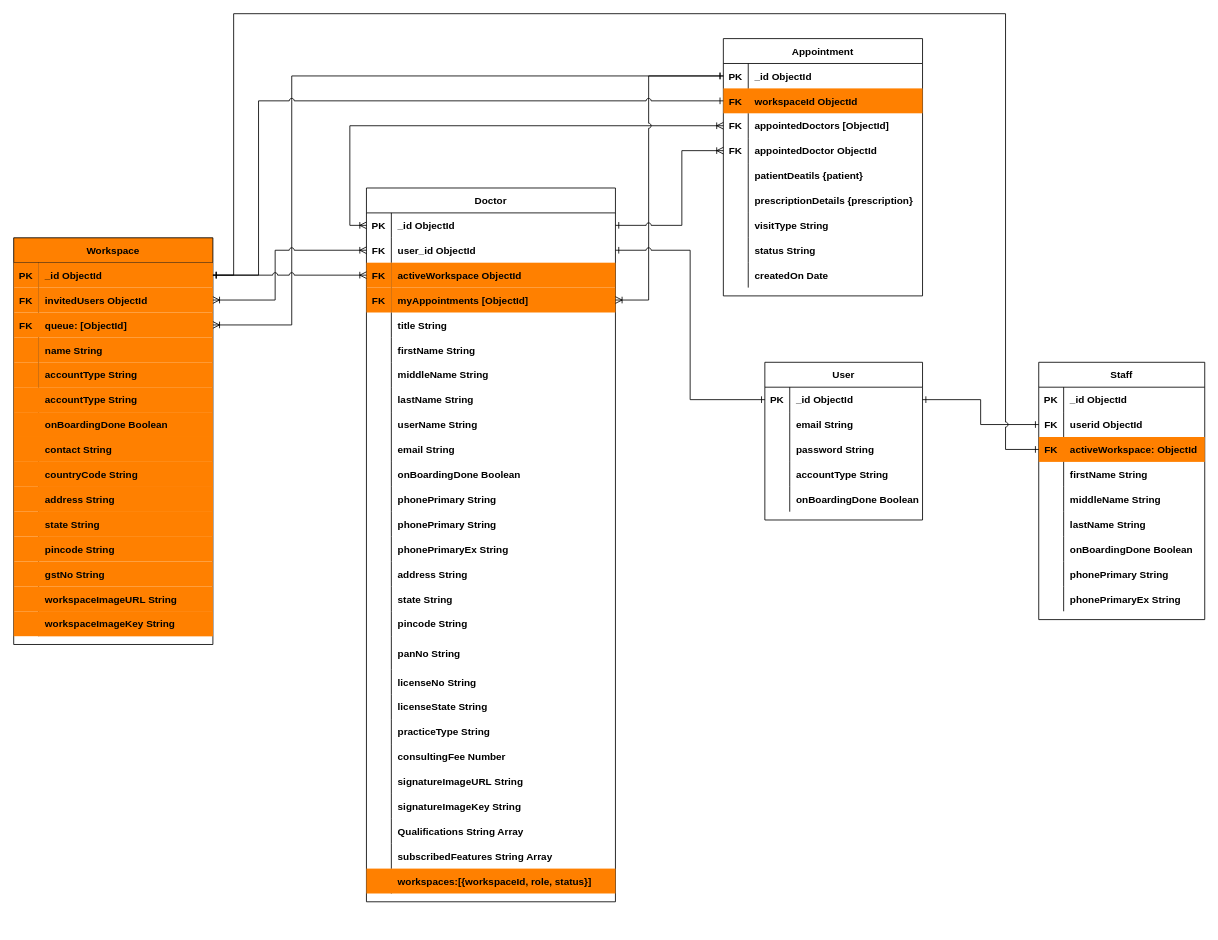
Earlier version of the draw.io diagram Untitled Diagram.drawio (shreyshreyansh/cv-initial). Source tidied: cells renumbered, new cells numbered last; positions are measured from the earlier drawing's top-left corner, leaving out a move shared by most shapes. Both pictures are drawn from the tidied source at 83%, with x=0, y=0 at pixel (13, 13).
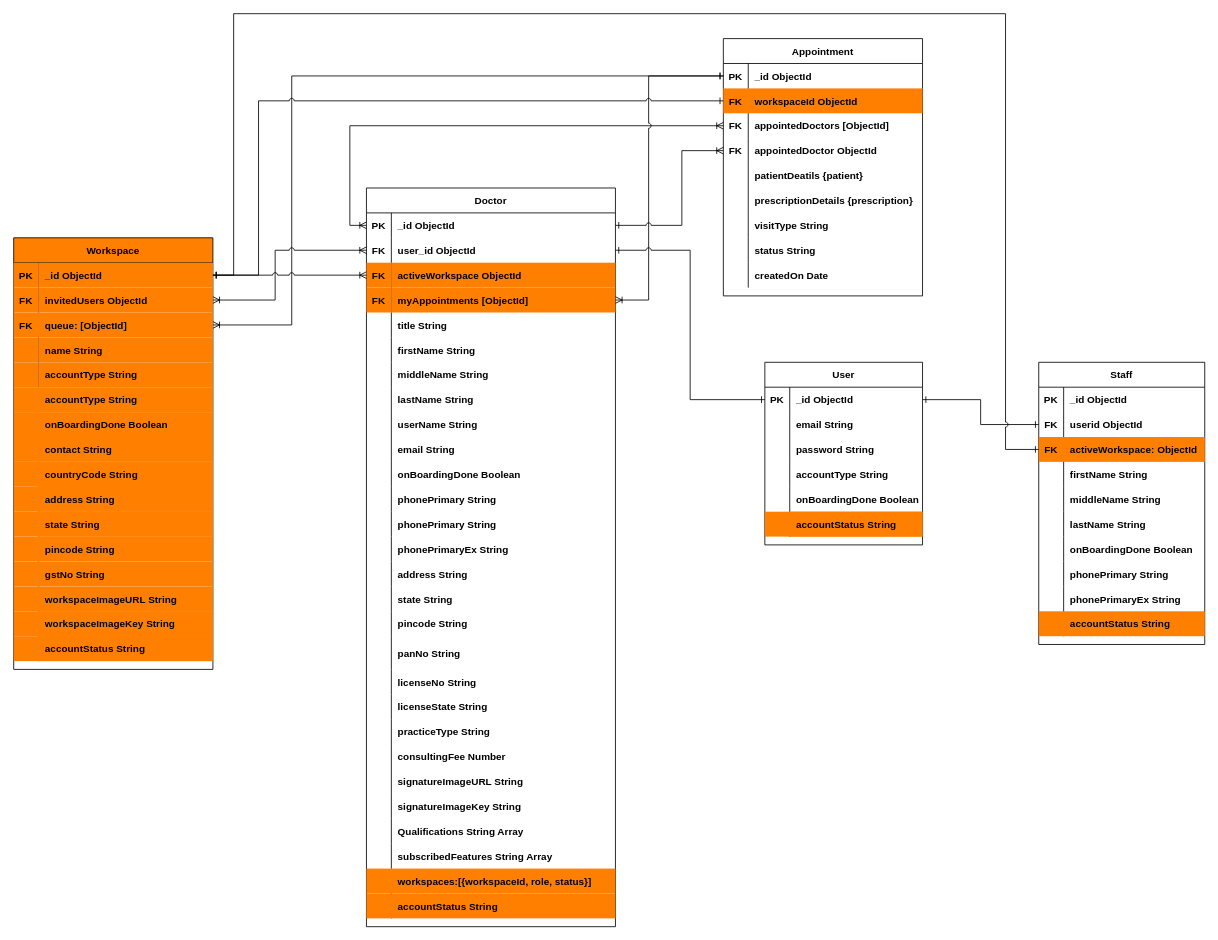
The same page after the edit.

Diff of the diagram source:
```diff
@@
     <mxCell id="2" value="User" style="shape=table;startSize=30;childLayout=tableLayout;rowLines=0;fontStyle=1;align=center;" parent="1" vertex="1">
-      <mxGeometry x="905" y="420" width="190" height="190" as="geometry" />
+      <mxGeometry x="905" y="420" width="190" height="220" as="geometry" />
     </mxCell>
@@
+    <mxCell id="212" style="shape=partialRectangle;fillColor=#FF8000;top=0;left=0;bottom=0;right=0;" parent="2" vertex="1">
+      <mxGeometry y="180" width="190" height="30" as="geometry" />
+    </mxCell>
+    <mxCell id="213" style="shape=partialRectangle;fillColor=none;top=0;left=0;bottom=0;right=0;overflow=hidden;" parent="212" vertex="1">
+      <mxGeometry width="30" height="30" as="geometry" />
+    </mxCell>
+    <mxCell id="214" value="accountStatus String" style="shape=partialRectangle;fillColor=#FF8000;top=0;left=0;bottom=0;right=0;align=left;spacingLeft=6;overflow=hidden;fontStyle=1;" parent="212" vertex="1">
+      <mxGeometry x="30" width="160" height="30" as="geometry" />
+    </mxCell>
     <mxCell id="18" value="Doctor" style="shape=table;startSize=30;childLayout=tableLayout;rowLines=0;fontStyle=1;align=center;" parent="1" vertex="1">
-      <mxGeometry x="425" y="210" width="300" height="860" as="geometry" />
+      <mxGeometry x="425" y="210" width="300" height="890" as="geometry" />
     </mxCell>
@@
+    <mxCell id="215" style="shape=partialRectangle;fillColor=#FF8000;top=0;left=0;bottom=0;right=0;" parent="18" vertex="1">
+      <mxGeometry y="850" width="300" height="30" as="geometry" />
+    </mxCell>
+    <mxCell id="216" style="shape=partialRectangle;fillColor=none;top=0;left=0;bottom=0;right=0;overflow=hidden;" parent="215" vertex="1">
+      <mxGeometry width="30" height="30" as="geometry" />
+    </mxCell>
+    <mxCell id="217" value="accountStatus String" style="shape=partialRectangle;fillColor=none;top=0;left=0;bottom=0;right=0;align=left;spacingLeft=6;overflow=hidden;fontStyle=1;" parent="215" vertex="1">
+      <mxGeometry x="30" width="270" height="30" as="geometry" />
+    </mxCell>
     <mxCell id="100" value="Workspace" style="shape=table;startSize=30;childLayout=tableLayout;rowLines=0;fontStyle=1;align=center;fillColor=#FF8000;" parent="1" vertex="1">
-      <mxGeometry y="270" width="240" height="490" as="geometry" />
+      <mxGeometry y="270" width="240" height="520" as="geometry" />
     </mxCell>
@@
+    <mxCell id="218" style="shape=partialRectangle;fillColor=#FF8000;top=0;left=0;bottom=0;right=0;" parent="100" vertex="1">
+      <mxGeometry y="480" width="240" height="30" as="geometry" />
+    </mxCell>
+    <mxCell id="219" style="shape=partialRectangle;fillColor=none;top=0;left=0;bottom=0;right=0;overflow=hidden;" parent="218" vertex="1">
+      <mxGeometry width="30" height="30" as="geometry" />
+    </mxCell>
+    <mxCell id="220" value="accountStatus String" style="shape=partialRectangle;fillColor=#FF8000;top=0;left=0;bottom=0;right=0;align=left;spacingLeft=6;overflow=hidden;fontStyle=1;" parent="218" vertex="1">
+      <mxGeometry x="30" width="210" height="30" as="geometry" />
+    </mxCell>
@@
     <mxCell id="177" value="Staff" style="shape=table;startSize=30;childLayout=tableLayout;rowLines=0;fontStyle=1;align=center;" parent="1" vertex="1">
-      <mxGeometry x="1235" y="420" width="200" height="310" as="geometry" />
+      <mxGeometry x="1235" y="420" width="200" height="340" as="geometry" />
     </mxCell>
@@
+    <mxCell id="221" style="shape=partialRectangle;fillColor=#FF8000;top=0;left=0;bottom=0;right=0;" parent="177" vertex="1">
+      <mxGeometry y="300" width="200" height="30" as="geometry" />
+    </mxCell>
+    <mxCell id="222" style="shape=partialRectangle;fillColor=none;top=0;left=0;bottom=0;right=0;overflow=hidden;" parent="221" vertex="1">
+      <mxGeometry width="30" height="30" as="geometry" />
+    </mxCell>
+    <mxCell id="223" value="accountStatus String" style="shape=partialRectangle;fillColor=none;top=0;left=0;bottom=0;right=0;align=left;spacingLeft=6;overflow=hidden;fontStyle=1;" parent="221" vertex="1">
+      <mxGeometry x="30" width="170" height="30" as="geometry" />
+    </mxCell>
```
